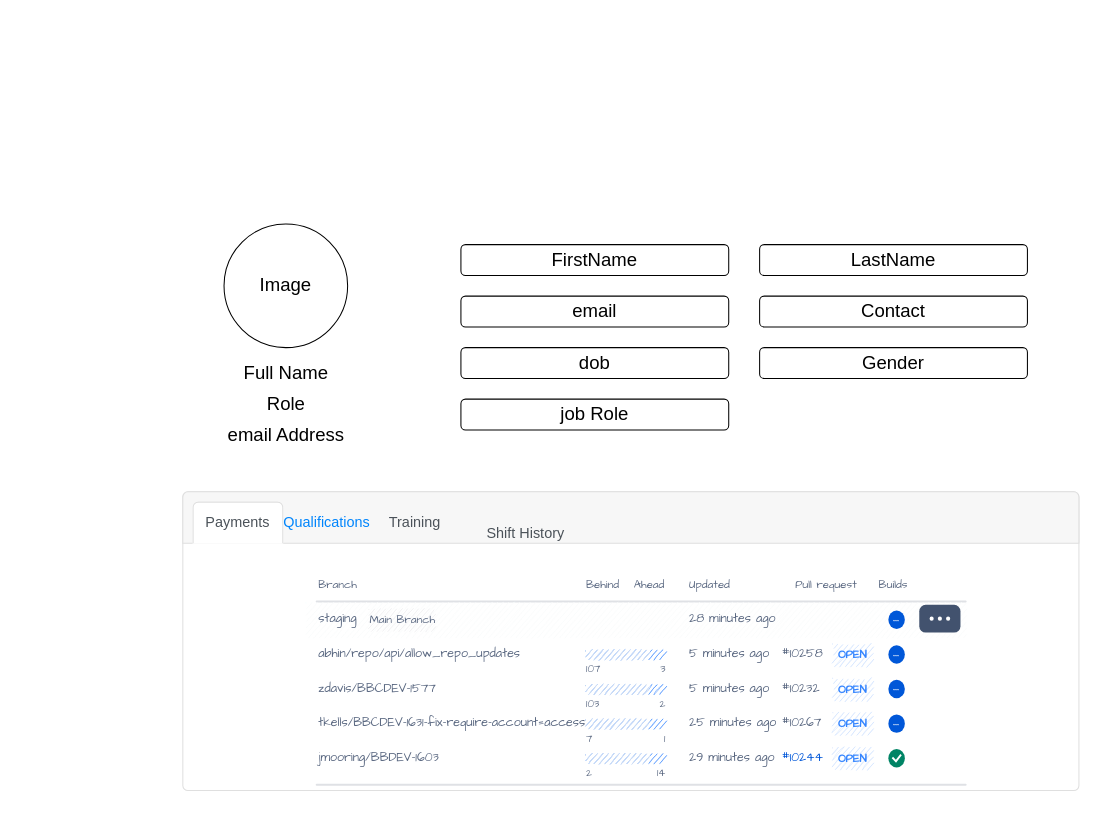
Above: page "Page-4" (4 of 5) of Untitled Diagram.drawio in Pleotek/pleocare_business (draw.io), before the change. Source tidied: cells renumbered, new cells numbered last; positions are measured from the earlier drawing's top-left corner, leaving out a move shared by most shapes. Both pictures are drawn from the tidied source at 103%, with x=0, y=0 at pixel (182, 224).
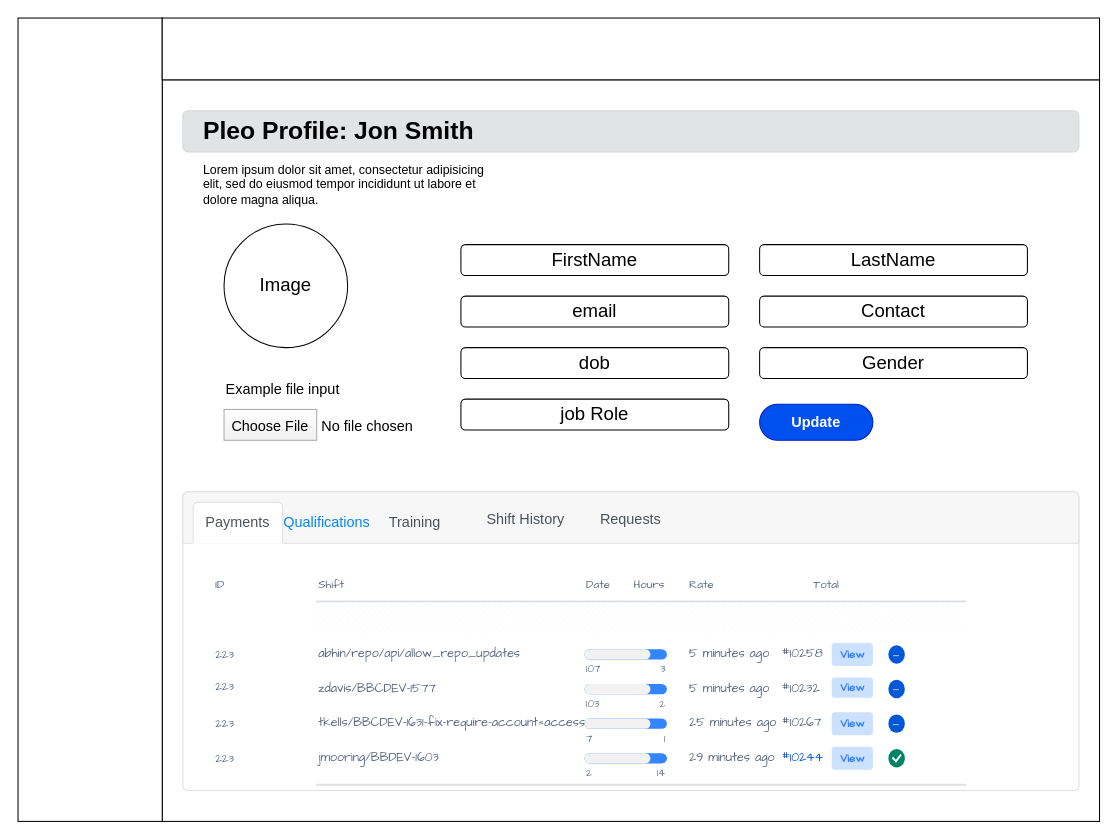
After the change.

The change refers to these unchanged cells:
```xml
<mxCell id="13" style="html=1;shadow=0;dashed=0;shape=mxgraph.bootstrap.rrect;rSize=5;strokeColor=#DFDFDF;html=1;whiteSpace=wrap;fillColor=#FFFFFF;fontColor=#000000;sketch=0;fontSize=18;" parent="1" vertex="1">
  <mxGeometry y="260" width="870" height="290" as="geometry" />
</mxCell>
```

The edit, as a diff of the source:
```diff
@@
+    <mxCell id="68" style="whiteSpace=wrap;html=1;fontSize=18;strokeColor=#000000;fillColor=none;" parent="1" vertex="1">
+      <mxGeometry x="-20" y="-140" width="910" height="720" as="geometry" />
+    </mxCell>
@@
-    <mxCell id="3" value="Full Name" style="text;html=1;align=center;verticalAlign=middle;strokeColor=none;fillColor=none;fontSize=18;" parent="1" vertex="1">
-      <mxGeometry x="50" y="130" width="100" height="30" as="geometry" />
-    </mxCell>
-    <mxCell id="4" value="Role" style="text;html=1;align=center;verticalAlign=middle;strokeColor=none;fillColor=none;fontSize=18;" parent="1" vertex="1">
-      <mxGeometry x="75" y="160" width="50" height="30" as="geometry" />
-    </mxCell>
-    <mxCell id="5" value="email Address" style="text;html=1;align=center;verticalAlign=middle;strokeColor=none;fillColor=none;fontSize=18;" parent="1" vertex="1">
-      <mxGeometry x="35" y="190" width="130" height="30" as="geometry" />
-    </mxCell>
@@
     <mxCell id="18" value="Shift History" style="strokeColor=none;fillColor=none;rSize=5;perimeter=none;whiteSpace=wrap;align=center;spacing=20;fontSize=14;fontColor=#0085FC;fontColor=#4B5259;sketch=0;" parent="13" vertex="1">
-      <mxGeometry x="253.4" y="13.4" width="159.9" height="53.7" as="geometry" />
+      <mxGeometry x="253.4" width="159.9" height="53.7" as="geometry" />
     </mxCell>
-    <mxCell id="19" value="Branch" style="html=1;fillColor=none;strokeColor=none;fontSize=11;align=left;fontColor=#596780;whiteSpace=wrap;sketch=1;hachureGap=4;fontFamily=Architects Daughter;" parent="13" vertex="1">
+    <mxCell id="19" value="Shift" style="html=1;fillColor=none;strokeColor=none;fontSize=11;align=left;fontColor=#596780;whiteSpace=wrap;sketch=1;hachureGap=4;fontFamily=Architects Daughter;" parent="13" vertex="1">
       <mxGeometry x="130" y="78.4" width="150" height="22.4" as="geometry" />
     </mxCell>
-    <mxCell id="20" value="Behind" style="html=1;fillColor=none;strokeColor=none;fontSize=11;align=left;fontColor=#596780;whiteSpace=wrap;sketch=1;hachureGap=4;fontFamily=Architects Daughter;" parent="13" vertex="1">
+    <mxCell id="20" value="Date" style="html=1;fillColor=none;strokeColor=none;fontSize=11;align=left;fontColor=#596780;whiteSpace=wrap;sketch=1;hachureGap=4;fontFamily=Architects Daughter;" parent="13" vertex="1">
       <mxGeometry x="390" y="78.4" width="40" height="22.4" as="geometry" />
     </mxCell>
-    <mxCell id="21" value="Ahead" style="html=1;fillColor=none;strokeColor=none;fontSize=11;align=right;fontColor=#596780;whiteSpace=wrap;sketch=1;hachureGap=4;fontFamily=Architects Daughter;" parent="13" vertex="1">
+    <mxCell id="21" value="Hours" style="html=1;fillColor=none;strokeColor=none;fontSize=11;align=right;fontColor=#596780;whiteSpace=wrap;sketch=1;hachureGap=4;fontFamily=Architects Daughter;" parent="13" vertex="1">
       <mxGeometry x="430" y="78.4" width="40" height="22.4" as="geometry" />
     </mxCell>
-    <mxCell id="22" value="Updated" style="html=1;fillColor=none;strokeColor=none;fontSize=11;align=left;fontColor=#596780;whiteSpace=wrap;sketch=1;hachureGap=4;fontFamily=Architects Daughter;" parent="13" vertex="1">
+    <mxCell id="22" value="Rate" style="html=1;fillColor=none;strokeColor=none;fontSize=11;align=left;fontColor=#596780;whiteSpace=wrap;sketch=1;hachureGap=4;fontFamily=Architects Daughter;" parent="13" vertex="1">
       <mxGeometry x="490" y="78.4" width="90" height="22.4" as="geometry" />
     </mxCell>
-    <mxCell id="23" value="Pull request" style="html=1;fillColor=none;strokeColor=none;fontSize=11;align=center;fontColor=#596780;whiteSpace=wrap;sketch=1;hachureGap=4;fontFamily=Architects Daughter;" parent="13" vertex="1">
+    <mxCell id="23" value="Total" style="html=1;fillColor=none;strokeColor=none;fontSize=11;align=center;fontColor=#596780;whiteSpace=wrap;sketch=1;hachureGap=4;fontFamily=Architects Daughter;" parent="13" vertex="1">
       <mxGeometry x="580" y="78.4" width="90" height="22.4" as="geometry" />
     </mxCell>
-    <mxCell id="24" value="Builds" style="html=1;fillColor=none;strokeColor=none;fontSize=11;align=center;fontColor=#596780;whiteSpace=wrap;sketch=1;hachureGap=4;fontFamily=Architects Daughter;" parent="13" vertex="1">
-      <mxGeometry x="670" y="78.4" width="40" height="22.4" as="geometry" />
-    </mxCell>
@@
-    <mxCell id="27" value="staging" style="strokeColor=none;fillColor=none;fontSize=12;fontColor=#596780;align=left;html=1;sketch=1;hachureGap=4;fontFamily=Architects Daughter;" parent="13" vertex="1">
-      <mxGeometry x="130" y="113.1" width="50" height="22.4" as="geometry" />
-    </mxCell>
-    <mxCell id="28" value="Main Branch" style="strokeColor=none;fillColor=#EDEEEF;fontSize=11;fontColor=#596780;rounded=1;html=1;sketch=1;hachureGap=4;fontFamily=Architects Daughter;" parent="13" vertex="1">
-      <mxGeometry x="180" y="113.1" width="65" height="22.4" as="geometry" />
-    </mxCell>
-    <mxCell id="29" value="28 minutes ago" style="strokeColor=none;fillColor=none;fontSize=12;fontColor=#596780;align=left;html=1;sketch=1;hachureGap=4;fontFamily=Architects Daughter;" parent="13" vertex="1">
-      <mxGeometry x="490" y="113.1" width="50" height="22.4" as="geometry" />
-    </mxCell>
-    <mxCell id="30" value="&amp;#8226;&amp;#8226;&amp;#8226;" style="shape=ellipse;fillColor=#0057D8;strokeColor=none;fontColor=#ffffff;align=center;verticalAlign=middle;whiteSpace=wrap;fontSize=10;fontStyle=0;html=1;sketch=0;hachureGap=4;fontFamily=Architects Daughter;" parent="13" vertex="1">
-      <mxGeometry x="685" y="115.3" width="16" height="17.9" as="geometry" />
-    </mxCell>
-    <mxCell id="31" style="rounded=1;arcSize=23;fillColor=#42526E;strokeColor=none;sketch=0;hachureGap=4;fontFamily=Architects Daughter;fontSize=20;" parent="13" vertex="1">
-      <mxGeometry x="715" y="109.7" width="40" height="26.9" as="geometry" />
-    </mxCell>
-    <mxCell id="32" style="shape=ellipse;fillColor=#ffffff;strokeColor=none;html=1;sketch=0;hachureGap=4;fontFamily=Architects Daughter;fontSize=20;" parent="31" vertex="1">
-      <mxGeometry x="0.5" y="0.5" width="4" height="4" relative="1" as="geometry">
-        <mxPoint x="-10" y="-2" as="offset" />
-      </mxGeometry>
-    </mxCell>
-    <mxCell id="33" style="shape=ellipse;fillColor=#ffffff;strokeColor=none;html=1;sketch=0;hachureGap=4;fontFamily=Architects Daughter;fontSize=20;" parent="31" vertex="1">
-      <mxGeometry x="0.5" y="0.5" width="4" height="4" relative="1" as="geometry">
-        <mxPoint x="-2" y="-2" as="offset" />
-      </mxGeometry>
-    </mxCell>
-    <mxCell id="34" style="shape=ellipse;fillColor=#ffffff;strokeColor=none;html=1;sketch=0;hachureGap=4;fontFamily=Architects Daughter;fontSize=20;" parent="31" vertex="1">
-      <mxGeometry x="0.5" y="0.5" width="4" height="4" relative="1" as="geometry">
-        <mxPoint x="6" y="-2" as="offset" />
-      </mxGeometry>
-    </mxCell>
-    <mxCell id="35" value="abhin/repo/api/allow_repo_updates" style="strokeColor=none;fillColor=none;fontSize=12;fontColor=#596780;align=left;html=1;sketch=1;hachureGap=4;fontFamily=Architects Daughter;" parent="13" vertex="1">
+    <mxCell id="35" value="abhin/repo/api/allow_repo_updates" style="strokeColor=none;fillColor=none;fontSize=12;fontColor=#596780;align=left;html=1;sketch=0;hachureGap=4;fontFamily=Architects Daughter;" parent="13" vertex="1">
       <mxGeometry x="130" y="146.7" width="240" height="22.4" as="geometry" />
     </mxCell>
-    <mxCell id="36" style="shape=mxgraph.mockup.misc.progressBar;fillColor=#3384FF;strokeColor=none;fillColor2=#F2F2F2;barPos=80;sketch=1;hachureGap=4;fontFamily=Architects Daughter;fontSize=20;" parent="13" vertex="1">
+    <mxCell id="36" style="shape=mxgraph.mockup.misc.progressBar;fillColor=#3384FF;strokeColor=none;fillColor2=#F2F2F2;barPos=80;sketch=0;hachureGap=4;fontFamily=Architects Daughter;fontSize=20;" parent="13" vertex="1">
       <mxGeometry x="390" y="152.3" width="80" height="11.2" as="geometry" />
     </mxCell>
-    <mxCell id="37" value="107" style="strokeColor=none;fillColor=none;fontSize=10;fontColor=#596780;align=left;html=1;sketch=1;hachureGap=4;fontFamily=Architects Daughter;" parent="13" vertex="1">
+    <mxCell id="37" value="107" style="strokeColor=none;fillColor=none;fontSize=10;fontColor=#596780;align=left;html=1;sketch=0;hachureGap=4;fontFamily=Architects Daughter;" parent="13" vertex="1">
       <mxGeometry x="390" y="160.1" width="40" height="22.4" as="geometry" />
     </mxCell>
-    <mxCell id="38" value="3" style="strokeColor=none;fillColor=none;fontSize=10;fontColor=#596780;align=right;html=1;sketch=1;hachureGap=4;fontFamily=Architects Daughter;" parent="13" vertex="1">
+    <mxCell id="38" value="3" style="strokeColor=none;fillColor=none;fontSize=10;fontColor=#596780;align=right;html=1;sketch=0;hachureGap=4;fontFamily=Architects Daughter;" parent="13" vertex="1">
       <mxGeometry x="430" y="160.1" width="40" height="22.4" as="geometry" />
     </mxCell>
@@
-    <mxCell id="41" value="OPEN" style="strokeColor=none;fillColor=#CCE0FF;fontSize=11;fontColor=#3384FF;rounded=1;html=1;align=center;fontStyle=1;sketch=1;hachureGap=4;fontFamily=Architects Daughter;" parent="13" vertex="1">
+    <mxCell id="41" value="View" style="strokeColor=none;fillColor=#CCE0FF;fontSize=11;fontColor=#3384FF;rounded=1;html=1;align=center;fontStyle=1;sketch=0;hachureGap=4;fontFamily=Architects Daughter;" parent="13" vertex="1">
       <mxGeometry x="630" y="146.7" width="40" height="22.4" as="geometry" />
     </mxCell>
@@
-    <mxCell id="43" value="zdavis/BBCDEV-1577" style="strokeColor=none;fillColor=none;fontSize=12;fontColor=#596780;align=left;html=1;sketch=1;hachureGap=4;fontFamily=Architects Daughter;" parent="13" vertex="1">
+    <mxCell id="43" value="zdavis/BBCDEV-1577" style="strokeColor=none;fillColor=none;fontSize=12;fontColor=#596780;align=left;html=1;sketch=0;hachureGap=4;fontFamily=Architects Daughter;" parent="13" vertex="1">
       <mxGeometry x="130" y="180.3" width="240" height="22.4" as="geometry" />
     </mxCell>
-    <mxCell id="44" style="shape=mxgraph.mockup.misc.progressBar;fillColor=#3384FF;strokeColor=none;fillColor2=#F2F2F2;barPos=80;sketch=1;hachureGap=4;fontFamily=Architects Daughter;fontSize=20;" parent="13" vertex="1">
+    <mxCell id="44" style="shape=mxgraph.mockup.misc.progressBar;fillColor=#3384FF;strokeColor=none;fillColor2=#F2F2F2;barPos=80;sketch=0;hachureGap=4;fontFamily=Architects Daughter;fontSize=20;" parent="13" vertex="1">
       <mxGeometry x="390" y="185.9" width="80" height="11.2" as="geometry" />
     </mxCell>
-    <mxCell id="45" value="103" style="strokeColor=none;fillColor=none;fontSize=10;fontColor=#596780;align=left;html=1;sketch=1;hachureGap=4;fontFamily=Architects Daughter;" parent="13" vertex="1">
+    <mxCell id="45" value="103" style="strokeColor=none;fillColor=none;fontSize=10;fontColor=#596780;align=left;html=1;sketch=0;hachureGap=4;fontFamily=Architects Daughter;" parent="13" vertex="1">
       <mxGeometry x="390" y="193.7" width="40" height="22.4" as="geometry" />
     </mxCell>
-    <mxCell id="46" value="2" style="strokeColor=none;fillColor=none;fontSize=10;fontColor=#596780;align=right;html=1;sketch=1;hachureGap=4;fontFamily=Architects Daughter;" parent="13" vertex="1">
+    <mxCell id="46" value="2" style="strokeColor=none;fillColor=none;fontSize=10;fontColor=#596780;align=right;html=1;sketch=0;hachureGap=4;fontFamily=Architects Daughter;" parent="13" vertex="1">
       <mxGeometry x="430" y="193.7" width="40" height="22.4" as="geometry" />
     </mxCell>
@@
-    <mxCell id="49" value="OPEN" style="strokeColor=none;fillColor=#CCE0FF;fontSize=11;fontColor=#3384FF;rounded=1;html=1;align=center;fontStyle=1;sketch=1;hachureGap=4;fontFamily=Architects Daughter;" parent="13" vertex="1">
-      <mxGeometry x="630" y="180.3" width="40" height="22.4" as="geometry" />
+    <mxCell id="49" value="View" style="strokeColor=none;fillColor=#CCE0FF;fontSize=11;fontColor=#3384FF;rounded=1;html=1;align=center;fontStyle=1;sketch=0;hachureGap=4;fontFamily=Architects Daughter;" parent="13" vertex="1">
+      <mxGeometry x="630" y="180.3" width="40" height="19.7" as="geometry" />
     </mxCell>
@@
-    <mxCell id="51" value="tkells/BBCDEV-1631-fix-require-account=access" style="strokeColor=none;fillColor=none;fontSize=12;fontColor=#596780;align=left;html=1;sketch=1;hachureGap=4;fontFamily=Architects Daughter;" parent="13" vertex="1">
+    <mxCell id="51" value="tkells/BBCDEV-1631-fix-require-account=access" style="strokeColor=none;fillColor=none;fontSize=12;fontColor=#596780;align=left;html=1;sketch=0;hachureGap=4;fontFamily=Architects Daughter;" parent="13" vertex="1">
       <mxGeometry x="130" y="213.9" width="240" height="22.4" as="geometry" />
     </mxCell>
-    <mxCell id="52" style="shape=mxgraph.mockup.misc.progressBar;fillColor=#3384FF;strokeColor=none;fillColor2=#F2F2F2;barPos=80;sketch=1;hachureGap=4;fontFamily=Architects Daughter;fontSize=20;" parent="13" vertex="1">
+    <mxCell id="52" style="shape=mxgraph.mockup.misc.progressBar;fillColor=#3384FF;strokeColor=none;fillColor2=#F2F2F2;barPos=80;sketch=0;hachureGap=4;fontFamily=Architects Daughter;fontSize=20;" parent="13" vertex="1">
       <mxGeometry x="390" y="219.5" width="80" height="11.2" as="geometry" />
     </mxCell>
-    <mxCell id="53" value="7" style="strokeColor=none;fillColor=none;fontSize=10;fontColor=#596780;align=left;html=1;sketch=1;hachureGap=4;fontFamily=Architects Daughter;" parent="13" vertex="1">
+    <mxCell id="53" value="7" style="strokeColor=none;fillColor=none;fontSize=10;fontColor=#596780;align=left;html=1;sketch=0;hachureGap=4;fontFamily=Architects Daughter;" parent="13" vertex="1">
       <mxGeometry x="390" y="227.3" width="40" height="22.4" as="geometry" />
     </mxCell>
-    <mxCell id="54" value="1" style="strokeColor=none;fillColor=none;fontSize=10;fontColor=#596780;align=right;html=1;sketch=1;hachureGap=4;fontFamily=Architects Daughter;" parent="13" vertex="1">
+    <mxCell id="54" value="1" style="strokeColor=none;fillColor=none;fontSize=10;fontColor=#596780;align=right;html=1;sketch=0;hachureGap=4;fontFamily=Architects Daughter;" parent="13" vertex="1">
       <mxGeometry x="430" y="227.3" width="40" height="22.4" as="geometry" />
     </mxCell>
@@
-    <mxCell id="57" value="OPEN" style="strokeColor=none;fillColor=#CCE0FF;fontSize=11;fontColor=#3384FF;rounded=1;html=1;align=center;fontStyle=1;sketch=1;hachureGap=4;fontFamily=Architects Daughter;" parent="13" vertex="1">
+    <mxCell id="57" value="View" style="strokeColor=none;fillColor=#CCE0FF;fontSize=11;fontColor=#3384FF;rounded=1;html=1;align=center;fontStyle=1;sketch=0;hachureGap=4;fontFamily=Architects Daughter;" parent="13" vertex="1">
       <mxGeometry x="630" y="213.9" width="40" height="22.4" as="geometry" />
     </mxCell>
@@
-    <mxCell id="59" value="jmooring/BBDEV-1603" style="strokeColor=none;fillColor=none;fontSize=12;fontColor=#596780;align=left;html=1;sketch=1;hachureGap=4;fontFamily=Architects Daughter;" parent="13" vertex="1">
+    <mxCell id="59" value="jmooring/BBDEV-1603" style="strokeColor=none;fillColor=none;fontSize=12;fontColor=#596780;align=left;html=1;sketch=0;hachureGap=4;fontFamily=Architects Daughter;" parent="13" vertex="1">
       <mxGeometry x="130" y="247.5" width="240" height="22.4" as="geometry" />
     </mxCell>
-    <mxCell id="60" style="shape=mxgraph.mockup.misc.progressBar;fillColor=#3384FF;strokeColor=none;fillColor2=#F2F2F2;barPos=80;sketch=1;hachureGap=4;fontFamily=Architects Daughter;fontSize=20;" parent="13" vertex="1">
+    <mxCell id="60" style="shape=mxgraph.mockup.misc.progressBar;fillColor=#3384FF;strokeColor=none;fillColor2=#F2F2F2;barPos=80;sketch=0;hachureGap=4;fontFamily=Architects Daughter;fontSize=20;" parent="13" vertex="1">
       <mxGeometry x="390" y="253.1" width="80" height="11.2" as="geometry" />
     </mxCell>
-    <mxCell id="61" value="2" style="strokeColor=none;fillColor=none;fontSize=10;fontColor=#596780;align=left;html=1;sketch=1;hachureGap=4;fontFamily=Architects Daughter;" parent="13" vertex="1">
+    <mxCell id="61" value="2" style="strokeColor=none;fillColor=none;fontSize=10;fontColor=#596780;align=left;html=1;sketch=0;hachureGap=4;fontFamily=Architects Daughter;" parent="13" vertex="1">
       <mxGeometry x="390" y="260.9" width="40" height="22.4" as="geometry" />
     </mxCell>
-    <mxCell id="62" value="14" style="strokeColor=none;fillColor=none;fontSize=10;fontColor=#596780;align=right;html=1;sketch=1;hachureGap=4;fontFamily=Architects Daughter;" parent="13" vertex="1">
+    <mxCell id="62" value="14" style="strokeColor=none;fillColor=none;fontSize=10;fontColor=#596780;align=right;html=1;sketch=0;hachureGap=4;fontFamily=Architects Daughter;" parent="13" vertex="1">
       <mxGeometry x="430" y="260.9" width="40" height="22.4" as="geometry" />
     </mxCell>
@@
-    <mxCell id="65" value="OPEN" style="strokeColor=none;fillColor=#CCE0FF;fontSize=11;fontColor=#3384FF;rounded=1;html=1;align=center;fontStyle=1;sketch=1;hachureGap=4;fontFamily=Architects Daughter;" parent="13" vertex="1">
-      <mxGeometry x="630" y="247.5" width="40" height="22.4" as="geometry" />
-    </mxCell>
@@
+    <mxCell id="69" value="ID" style="html=1;fillColor=none;strokeColor=none;fontSize=11;align=left;fontColor=#596780;whiteSpace=wrap;sketch=1;hachureGap=4;fontFamily=Architects Daughter;" parent="13" vertex="1">
+      <mxGeometry x="30" y="78.4" width="150" height="22.4" as="geometry" />
+    </mxCell>
+    <mxCell id="70" value="223" style="html=1;fillColor=none;strokeColor=none;fontSize=11;align=left;fontColor=#596780;whiteSpace=wrap;sketch=1;hachureGap=4;fontFamily=Architects Daughter;" parent="13" vertex="1">
+      <mxGeometry x="30" y="150.6" width="30" height="14.5" as="geometry" />
+    </mxCell>
+    <mxCell id="71" value="223" style="html=1;fillColor=none;strokeColor=none;fontSize=11;align=left;fontColor=#596780;whiteSpace=wrap;sketch=1;hachureGap=4;fontFamily=Architects Daughter;" parent="13" vertex="1">
+      <mxGeometry x="30" y="178" width="30" height="22.4" as="geometry" />
+    </mxCell>
+    <mxCell id="72" value="223" style="html=1;fillColor=none;strokeColor=none;fontSize=11;align=left;fontColor=#596780;whiteSpace=wrap;sketch=1;hachureGap=4;fontFamily=Architects Daughter;" parent="13" vertex="1">
+      <mxGeometry x="30" y="213.9" width="30" height="22.4" as="geometry" />
+    </mxCell>
+    <mxCell id="73" value="223" style="html=1;fillColor=none;strokeColor=none;fontSize=11;align=left;fontColor=#596780;whiteSpace=wrap;sketch=1;hachureGap=4;fontFamily=Architects Daughter;" parent="13" vertex="1">
+      <mxGeometry x="30" y="247.5" width="30" height="22.4" as="geometry" />
+    </mxCell>
+    <mxCell id="74" value="View" style="strokeColor=none;fillColor=#CCE0FF;fontSize=11;fontColor=#3384FF;rounded=1;html=1;align=center;fontStyle=1;sketch=0;hachureGap=4;fontFamily=Architects Daughter;" parent="13" vertex="1">
+      <mxGeometry x="630" y="247.5" width="40" height="22.4" as="geometry" />
+    </mxCell>
+    <mxCell id="75" value="Requests" style="strokeColor=none;fillColor=none;rSize=5;perimeter=none;whiteSpace=wrap;align=center;spacing=20;fontSize=14;fontColor=#0085FC;fontColor=#4B5259;sketch=0;" parent="13" vertex="1">
+      <mxGeometry x="355.1" width="159.9" height="53.7" as="geometry" />
+    </mxCell>
+    <mxCell id="76" value="Example file input" style="fillColor=none;strokeColor=none;align=left;fontSize=14;sketch=0;" parent="1" vertex="1">
+      <mxGeometry x="40" y="140" width="150" height="40" as="geometry" />
+    </mxCell>
+    <mxCell id="77" value="Choose File" style="fillColor=#FEFEFE;strokeColor=#AAAAAA;fontSize=14;gradientColor=#F0F0F0;sketch=0;" parent="1" vertex="1">
+      <mxGeometry x="40" y="180" width="90" height="30" as="geometry" />
+    </mxCell>
+    <mxCell id="78" value="No file chosen" style="fillColor=none;strokeColor=none;align=left;fontSize=14;spacing=5;sketch=0;" parent="1" vertex="1">
+      <mxGeometry x="130" y="180" width="100" height="30" as="geometry" />
+    </mxCell>
+    <mxCell id="79" value="Update" style="rounded=1;whiteSpace=wrap;html=1;arcSize=50;strokeColor=#001DBC;strokeWidth=1;fillColor=#0050ef;fontColor=#ffffff;whiteSpace=wrap;align=center;verticalAlign=middle;spacingLeft=0;fontStyle=1;fontSize=14;spacing=10;sketch=0;" parent="1" vertex="1">
+      <mxGeometry x="560" y="175" width="110" height="35" as="geometry" />
+    </mxCell>
+    <mxCell id="80" style="whiteSpace=wrap;html=1;fontSize=18;strokeColor=#000000;" parent="1" vertex="1">
+      <mxGeometry x="-160" y="-200" width="140" height="780" as="geometry" />
+    </mxCell>
+    <mxCell id="81" style="whiteSpace=wrap;html=1;fontSize=18;strokeColor=#000000;" parent="1" vertex="1">
+      <mxGeometry x="-20" y="-200" width="910" height="60" as="geometry" />
+    </mxCell>
+    <mxCell id="82" style="html=1;shadow=0;dashed=0;shape=mxgraph.bootstrap.rrect;rSize=5;strokeColor=#D6D8DB;strokeWidth=1;fillColor=#E2E3E5;fontColor=#383D41;whiteSpace=wrap;align=left;verticalAlign=middle;spacingLeft=10;sketch=0;" parent="1" vertex="1">
+      <mxGeometry y="-110" width="870" height="40" as="geometry" />
+    </mxCell>
+    <mxCell id="83" value="&lt;h1&gt;Pleo Profile: Jon Smith&amp;nbsp;&lt;/h1&gt;&lt;p&gt;Lorem ipsum dolor sit amet, consectetur adipisicing elit, sed do eiusmod tempor incididunt ut labore et dolore magna aliqua.&lt;/p&gt;" style="text;html=1;strokeColor=none;fillColor=none;spacing=5;spacingTop=-20;whiteSpace=wrap;overflow=hidden;rounded=0;sketch=0;" parent="1" vertex="1">
+      <mxGeometry x="15" y="-110" width="300" height="120" as="geometry" />
+    </mxCell>
```
